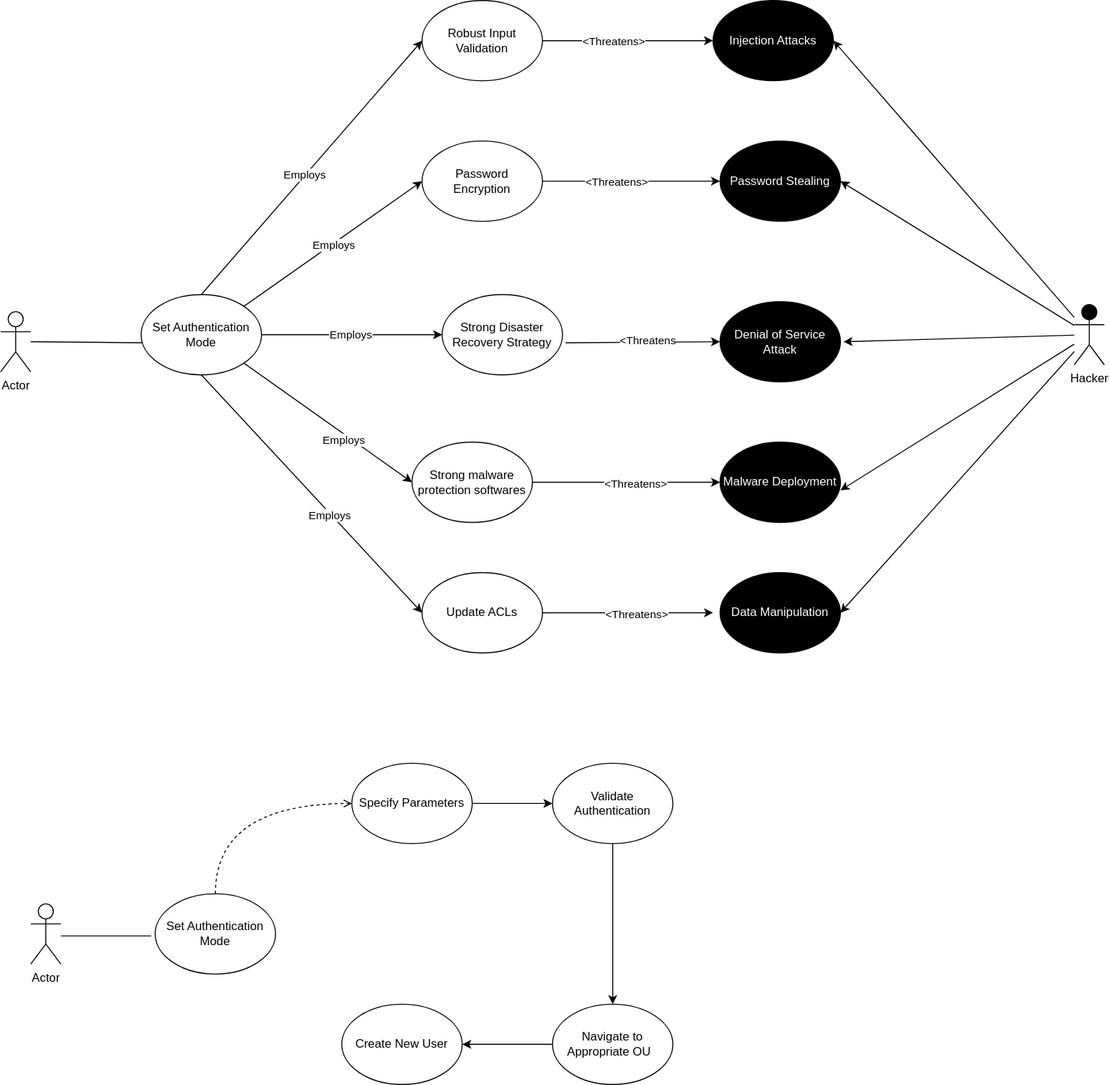
Earlier version of the draw.io export images/Add - Misuse Remedy.svg (bartelsjoshuac/SAPG). Source tidied: cells renumbered, new cells last; positions are measured from the earlier drawing's top-left corner, leaving out a move shared by most shapes. The source it was exported from:
```xml
<mxGraphModel>
  <root>
    <mxCell id="0" />
    <mxCell id="1" parent="0" />
    <mxCell id="2" value="Actor" style="shape=umlActor;verticalLabelPosition=bottom;verticalAlign=top;html=1;fillColor=#FFFFFF;" parent="1" vertex="1">
      <mxGeometry y="310" width="30" height="60" as="geometry" />
    </mxCell>
    <mxCell id="3" style="endArrow=none;html=1;entryX=0.017;entryY=0.6;entryDx=0;entryDy=0;entryPerimeter=0;" parent="1" edge="1" target="4">
      <mxGeometry relative="1" as="geometry">
        <mxPoint x="30" y="340" as="sourcePoint" />
      </mxGeometry>
    </mxCell>
    <mxCell id="4" value="Set Authentication Mode" style="ellipse;whiteSpace=wrap;html=1;fillColor=#FFFFFF;" parent="1" vertex="1">
      <mxGeometry x="140" y="293" width="120" height="80" as="geometry" />
    </mxCell>
    <mxCell id="5" value="&lt;font color=&quot;#ffffff&quot;&gt;Denial&amp;nbsp;of Service Attack&lt;/font&gt;" style="ellipse;whiteSpace=wrap;html=1;fillColor=#000000;" parent="1" vertex="1">
      <mxGeometry x="717" y="300" width="120" height="80" as="geometry" />
    </mxCell>
    <mxCell id="6" value="Hacker" style="shape=umlActor;verticalLabelPosition=bottom;verticalAlign=top;html=1;outlineConnect=0;fillColor=#000000;" parent="1" vertex="1">
      <mxGeometry x="1070" y="303" width="30" height="60" as="geometry" />
    </mxCell>
    <mxCell id="7" value="&lt;font color=&quot;#ffffff&quot;&gt;Password Stealing&lt;/font&gt;" style="ellipse;whiteSpace=wrap;html=1;strokeColor=#000000;fillColor=#000000;" parent="1" vertex="1">
      <mxGeometry x="717" y="140" width="120" height="80" as="geometry" />
    </mxCell>
    <mxCell id="8" value="&lt;font color=&quot;#ffffff&quot;&gt;Malware Deployment&lt;/font&gt;" style="ellipse;whiteSpace=wrap;html=1;fillColor=#000000;" parent="1" vertex="1">
      <mxGeometry x="717" y="440" width="120" height="80" as="geometry" />
    </mxCell>
    <mxCell id="9" style="endArrow=classic;html=1;rounded=0;entryX=0;entryY=0.5;entryDx=0;entryDy=0;" parent="1" edge="1" source="31" target="7">
      <mxGeometry relative="1" as="geometry" />
    </mxCell>
    <mxCell id="10" value="&amp;lt;Threatens&amp;gt;" style="edgeLabel;html=1;align=center;verticalAlign=middle;" parent="9" vertex="1">
      <mxGeometry x="-0.18" relative="1" as="geometry" />
    </mxCell>
    <mxCell id="11" style="endArrow=classic;html=1;rounded=0;exitX=1.025;exitY=0.6;exitDx=0;exitDy=0;exitPerimeter=0;entryX=0;entryY=0.5;entryDx=0;entryDy=0;" parent="1" edge="1" source="34" target="5">
      <mxGeometry relative="1" as="geometry" />
    </mxCell>
    <mxCell id="12" value="&amp;lt;Threatens" style="edgeLabel;html=1;align=center;verticalAlign=middle;" parent="11" vertex="1">
      <mxGeometry x="0.07" y="2" relative="1" as="geometry" />
    </mxCell>
    <mxCell id="13" style="endArrow=classic;html=1;rounded=0;entryX=0;entryY=0.5;entryDx=0;entryDy=0;" parent="1" edge="1" source="37" target="8">
      <mxGeometry relative="1" as="geometry" />
    </mxCell>
    <mxCell id="14" value="&amp;lt;Threatens&amp;gt;" style="edgeLabel;html=1;align=center;verticalAlign=middle;" parent="13" vertex="1">
      <mxGeometry x="0.09" y="-1" relative="1" as="geometry" />
    </mxCell>
    <mxCell id="15" style="endArrow=classic;html=1;rounded=0;entryX=1;entryY=0.5;entryDx=0;entryDy=0;" parent="1" edge="1" source="6" target="7">
      <mxGeometry relative="1" as="geometry" />
    </mxCell>
    <mxCell id="16" style="endArrow=classic;html=1;rounded=0;entryX=1;entryY=0.6;entryDx=0;entryDy=0;entryPerimeter=0;" parent="1" edge="1" source="6" target="8">
      <mxGeometry relative="1" as="geometry" />
    </mxCell>
    <mxCell id="17" value="Actor" style="shape=umlActor;verticalLabelPosition=bottom;verticalAlign=top;html=1;fillColor=#FFFFFF;" parent="1" vertex="1">
      <mxGeometry x="30" y="900" width="30" height="60" as="geometry" />
    </mxCell>
    <mxCell id="18" style="endArrow=none;html=1;" parent="1" edge="1">
      <mxGeometry relative="1" as="geometry">
        <mxPoint x="60" y="932" as="sourcePoint" />
        <mxPoint x="150" y="932" as="targetPoint" />
      </mxGeometry>
    </mxCell>
    <mxCell id="19" style="edgeStyle=orthogonalEdgeStyle;rounded=1;jettySize=auto;html=1;entryX=0;entryY=0.5;entryDx=0;entryDy=0;dashed=1;strokeWidth=1;endFill=0;endArrow=open;curved=1;exitX=0.5;exitY=0;exitDx=0;exitDy=0;" parent="1" edge="1" source="20" target="23">
      <mxGeometry relative="1" as="geometry" />
    </mxCell>
    <mxCell id="20" value="Set Authentication Mode" style="ellipse;whiteSpace=wrap;html=1;fillColor=#FFFFFF;" parent="1" vertex="1">
      <mxGeometry x="154" y="890" width="120" height="80" as="geometry" />
    </mxCell>
    <mxCell id="21" value="Create New User" style="ellipse;whiteSpace=wrap;html=1;fillColor=#FFFFFF;" parent="1" vertex="1">
      <mxGeometry x="340" y="1000" width="120" height="80" as="geometry" />
    </mxCell>
    <mxCell id="22" style="edgeStyle=orthogonalEdgeStyle;rounded=0;jettySize=auto;html=1;" parent="1" edge="1" source="23" target="25">
      <mxGeometry relative="1" as="geometry" />
    </mxCell>
    <mxCell id="23" value="Specify Parameters" style="ellipse;whiteSpace=wrap;html=1;" parent="1" vertex="1">
      <mxGeometry x="350" y="760" width="120" height="80" as="geometry" />
    </mxCell>
    <mxCell id="24" style="edgeStyle=orthogonalEdgeStyle;rounded=0;jettySize=auto;html=1;" parent="1" edge="1" source="25" target="27">
      <mxGeometry relative="1" as="geometry" />
    </mxCell>
    <mxCell id="25" value="Validate Authentication" style="ellipse;whiteSpace=wrap;html=1;" parent="1" vertex="1">
      <mxGeometry x="550" y="760" width="120" height="80" as="geometry" />
    </mxCell>
    <mxCell id="26" style="edgeStyle=orthogonalEdgeStyle;rounded=0;jettySize=auto;html=1;" parent="1" edge="1" source="27" target="21">
      <mxGeometry relative="1" as="geometry" />
    </mxCell>
    <mxCell id="27" value="Navigate to Appropriate OU&amp;nbsp;&amp;nbsp;" style="ellipse;whiteSpace=wrap;html=1;" parent="1" vertex="1">
      <mxGeometry x="550" y="1000" width="120" height="80" as="geometry" />
    </mxCell>
    <mxCell id="28" style="endArrow=classic;html=1;rounded=0;" parent="1" edge="1" source="6">
      <mxGeometry relative="1" as="geometry">
        <mxPoint x="840" y="340" as="targetPoint" />
      </mxGeometry>
    </mxCell>
    <mxCell id="29" style="endArrow=classic;html=1;rounded=0;entryX=0;entryY=0.5;entryDx=0;entryDy=0;exitX=1;exitY=0;exitDx=0;exitDy=0;" parent="1" edge="1" source="4" target="31">
      <mxGeometry relative="1" as="geometry" />
    </mxCell>
    <mxCell id="30" value="Employs" style="edgeLabel;html=1;align=center;verticalAlign=middle;" parent="29" vertex="1">
      <mxGeometry x="-0.01" y="-2" relative="1" as="geometry">
        <mxPoint y="-1" as="offset" />
      </mxGeometry>
    </mxCell>
    <mxCell id="31" value="Password &lt;br&gt;Encryption" style="ellipse;whiteSpace=wrap;html=1;fillColor=#FFFFFF;" parent="1" vertex="1">
      <mxGeometry x="420" y="140" width="120" height="80" as="geometry" />
    </mxCell>
    <mxCell id="32" style="endArrow=classic;html=1;rounded=0;entryX=0;entryY=0.5;entryDx=0;entryDy=0;exitX=1;exitY=0.5;exitDx=0;exitDy=0;" parent="1" edge="1" source="4" target="34">
      <mxGeometry relative="1" as="geometry" />
    </mxCell>
    <mxCell id="33" value="Employs" style="edgeLabel;html=1;align=center;verticalAlign=middle;" parent="32" vertex="1">
      <mxGeometry x="-0.02" y="1" relative="1" as="geometry" />
    </mxCell>
    <mxCell id="34" value="Strong Disaster Recovery Strategy" style="ellipse;whiteSpace=wrap;html=1;fillColor=#FFFFFF;" parent="1" vertex="1">
      <mxGeometry x="440" y="293" width="120" height="80" as="geometry" />
    </mxCell>
    <mxCell id="35" style="endArrow=classic;html=1;rounded=0;entryX=0;entryY=0.5;entryDx=0;entryDy=0;exitX=1;exitY=1;exitDx=0;exitDy=0;" parent="1" edge="1" source="4" target="37">
      <mxGeometry relative="1" as="geometry" />
    </mxCell>
    <mxCell id="36" value="Employs" style="edgeLabel;html=1;align=center;verticalAlign=middle;" parent="35" vertex="1">
      <mxGeometry x="0.22" y="-5" relative="1" as="geometry" />
    </mxCell>
    <mxCell id="37" value="Strong malware protection softwares" style="ellipse;whiteSpace=wrap;html=1;fillColor=#FFFFFF;" parent="1" vertex="1">
      <mxGeometry x="410" y="440" width="120" height="80" as="geometry" />
    </mxCell>
    <mxCell id="38" value="&lt;font color=&quot;#ffffff&quot;&gt;Data Manipulation&lt;br&gt;&lt;/font&gt;" style="ellipse;whiteSpace=wrap;html=1;fillColor=#000000;" parent="1" vertex="1">
      <mxGeometry x="717" y="570" width="120" height="80" as="geometry" />
    </mxCell>
    <mxCell id="39" value="&lt;font color=&quot;#ffffff&quot;&gt;Injection Attacks&lt;/font&gt;" style="ellipse;whiteSpace=wrap;html=1;fillColor=#000000;" parent="1" vertex="1">
      <mxGeometry x="710" width="120" height="80" as="geometry" />
    </mxCell>
    <mxCell id="40" value="Robust Input Validation" style="ellipse;whiteSpace=wrap;html=1;fillColor=#FFFFFF;" parent="1" vertex="1">
      <mxGeometry x="420" width="120" height="80" as="geometry" />
    </mxCell>
    <mxCell id="41" style="endArrow=classic;html=1;rounded=0;entryX=0;entryY=0.5;entryDx=0;entryDy=0;exitX=1;exitY=0.5;exitDx=0;exitDy=0;" parent="1" edge="1" source="40" target="39">
      <mxGeometry relative="1" as="geometry" />
    </mxCell>
    <mxCell id="42" value="&amp;lt;Threatens&amp;gt;" style="edgeLabel;html=1;align=center;verticalAlign=middle;" parent="41" vertex="1">
      <mxGeometry x="-0.18" relative="1" as="geometry" />
    </mxCell>
    <mxCell id="43" style="endArrow=classic;html=1;rounded=0;entryX=0;entryY=0.5;entryDx=0;entryDy=0;exitX=0.5;exitY=0;exitDx=0;exitDy=0;" parent="1" edge="1" source="4" target="40">
      <mxGeometry relative="1" as="geometry" />
    </mxCell>
    <mxCell id="44" value="Employs" style="edgeLabel;html=1;align=center;verticalAlign=middle;" parent="43" vertex="1">
      <mxGeometry x="-0.06" y="1" relative="1" as="geometry" />
    </mxCell>
    <mxCell id="45" value="Update ACLs" style="ellipse;whiteSpace=wrap;html=1;fillColor=#FFFFFF;" parent="1" vertex="1">
      <mxGeometry x="420" y="570" width="120" height="80" as="geometry" />
    </mxCell>
    <mxCell id="46" style="endArrow=classic;html=1;rounded=0;entryX=-0.058;entryY=0.5;entryDx=0;entryDy=0;exitX=1;exitY=0.5;exitDx=0;exitDy=0;entryPerimeter=0;" parent="1" edge="1" source="45" target="38">
      <mxGeometry relative="1" as="geometry" />
    </mxCell>
    <mxCell id="47" value="&amp;lt;Threatens&amp;gt;" style="edgeLabel;html=1;align=center;verticalAlign=middle;" parent="46" vertex="1">
      <mxGeometry x="0.09" y="-1" relative="1" as="geometry" />
    </mxCell>
    <mxCell id="48" style="endArrow=classic;html=1;rounded=0;exitX=0.5;exitY=1;exitDx=0;exitDy=0;entryX=0;entryY=0.5;entryDx=0;entryDy=0;" parent="1" edge="1" source="4" target="45">
      <mxGeometry relative="1" as="geometry" />
    </mxCell>
    <mxCell id="49" value="Employs" style="edgeLabel;html=1;align=center;verticalAlign=middle;" parent="48" vertex="1">
      <mxGeometry x="0.17" y="-1" relative="1" as="geometry" />
    </mxCell>
    <mxCell id="50" style="endArrow=classic;html=1;rounded=0;entryX=1;entryY=0.5;entryDx=0;entryDy=0;" parent="1" edge="1" source="6" target="39">
      <mxGeometry relative="1" as="geometry" />
    </mxCell>
    <mxCell id="51" style="endArrow=classic;html=1;rounded=0;entryX=1;entryY=0.5;entryDx=0;entryDy=0;" parent="1" edge="1" source="6" target="38">
      <mxGeometry relative="1" as="geometry" />
    </mxCell>
  </root>
</mxGraphModel>
```
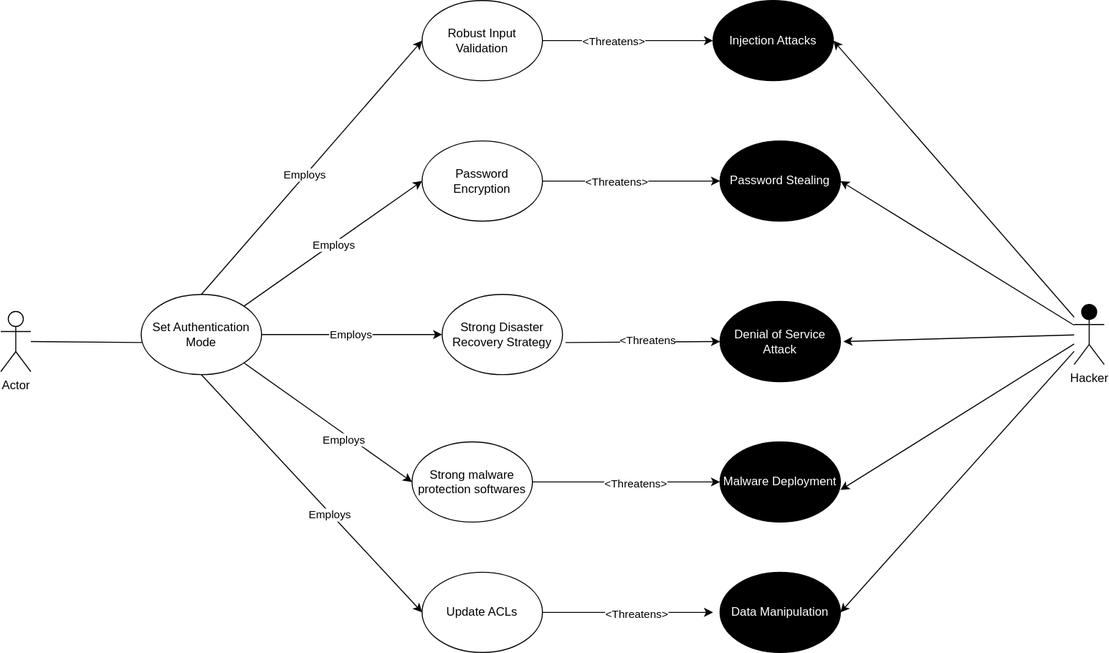
The same file after the commit.

Change to the diagram source:
```diff
@@ -49,42 +49,6 @@
     <mxCell id="16" style="endArrow=classic;html=1;rounded=0;entryX=1;entryY=0.6;entryDx=0;entryDy=0;entryPerimeter=0;" parent="1" edge="1" source="6" target="8">
       <mxGeometry relative="1" as="geometry" />
     </mxCell>
-    <mxCell id="17" value="Actor" style="shape=umlActor;verticalLabelPosition=bottom;verticalAlign=top;html=1;fillColor=#FFFFFF;" parent="1" vertex="1">
-      <mxGeometry x="30" y="900" width="30" height="60" as="geometry" />
-    </mxCell>
-    <mxCell id="18" style="endArrow=none;html=1;" parent="1" edge="1">
-      <mxGeometry relative="1" as="geometry">
-        <mxPoint x="60" y="932" as="sourcePoint" />
-        <mxPoint x="150" y="932" as="targetPoint" />
-      </mxGeometry>
-    </mxCell>
-    <mxCell id="19" style="edgeStyle=orthogonalEdgeStyle;rounded=1;jettySize=auto;html=1;entryX=0;entryY=0.5;entryDx=0;entryDy=0;dashed=1;strokeWidth=1;endFill=0;endArrow=open;curved=1;exitX=0.5;exitY=0;exitDx=0;exitDy=0;" parent="1" edge="1" source="20" target="23">
-      <mxGeometry relative="1" as="geometry" />
-    </mxCell>
-    <mxCell id="20" value="Set Authentication Mode" style="ellipse;whiteSpace=wrap;html=1;fillColor=#FFFFFF;" parent="1" vertex="1">
-      <mxGeometry x="154" y="890" width="120" height="80" as="geometry" />
-    </mxCell>
-    <mxCell id="21" value="Create New User" style="ellipse;whiteSpace=wrap;html=1;fillColor=#FFFFFF;" parent="1" vertex="1">
-      <mxGeometry x="340" y="1000" width="120" height="80" as="geometry" />
-    </mxCell>
-    <mxCell id="22" style="edgeStyle=orthogonalEdgeStyle;rounded=0;jettySize=auto;html=1;" parent="1" edge="1" source="23" target="25">
-      <mxGeometry relative="1" as="geometry" />
-    </mxCell>
-    <mxCell id="23" value="Specify Parameters" style="ellipse;whiteSpace=wrap;html=1;" parent="1" vertex="1">
-      <mxGeometry x="350" y="760" width="120" height="80" as="geometry" />
-    </mxCell>
-    <mxCell id="24" style="edgeStyle=orthogonalEdgeStyle;rounded=0;jettySize=auto;html=1;" parent="1" edge="1" source="25" target="27">
-      <mxGeometry relative="1" as="geometry" />
-    </mxCell>
-    <mxCell id="25" value="Validate Authentication" style="ellipse;whiteSpace=wrap;html=1;" parent="1" vertex="1">
-      <mxGeometry x="550" y="760" width="120" height="80" as="geometry" />
-    </mxCell>
-    <mxCell id="26" style="edgeStyle=orthogonalEdgeStyle;rounded=0;jettySize=auto;html=1;" parent="1" edge="1" source="27" target="21">
-      <mxGeometry relative="1" as="geometry" />
-    </mxCell>
-    <mxCell id="27" value="Navigate to Appropriate OU&amp;nbsp;&amp;nbsp;" style="ellipse;whiteSpace=wrap;html=1;" parent="1" vertex="1">
-      <mxGeometry x="550" y="1000" width="120" height="80" as="geometry" />
-    </mxCell>
     <mxCell id="28" style="endArrow=classic;html=1;rounded=0;" parent="1" edge="1" source="6">
       <mxGeometry relative="1" as="geometry">
         <mxPoint x="840" y="340" as="targetPoint" />
```
